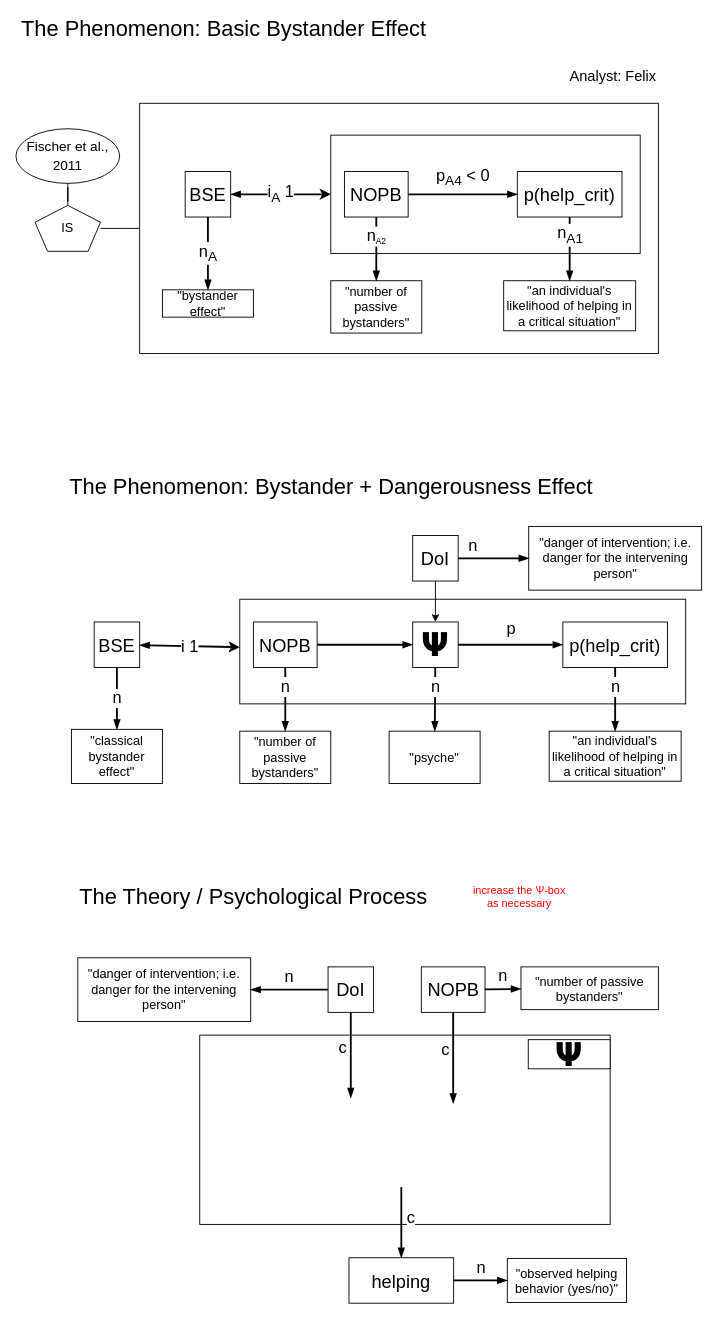
Before: page "Consensus Model" (1 of 3) of bystander_effect/Bystander-template.drawio in nicebread/FOMO-Psy, a draw.io diagram. Source tidied: cells renumbered, new cells numbered last; positions are measured from the earlier drawing's top-left corner, leaving out a move shared by most shapes. Both pictures are drawn from the tidied source at 91%, with x=0, y=0 at pixel (15, 15).
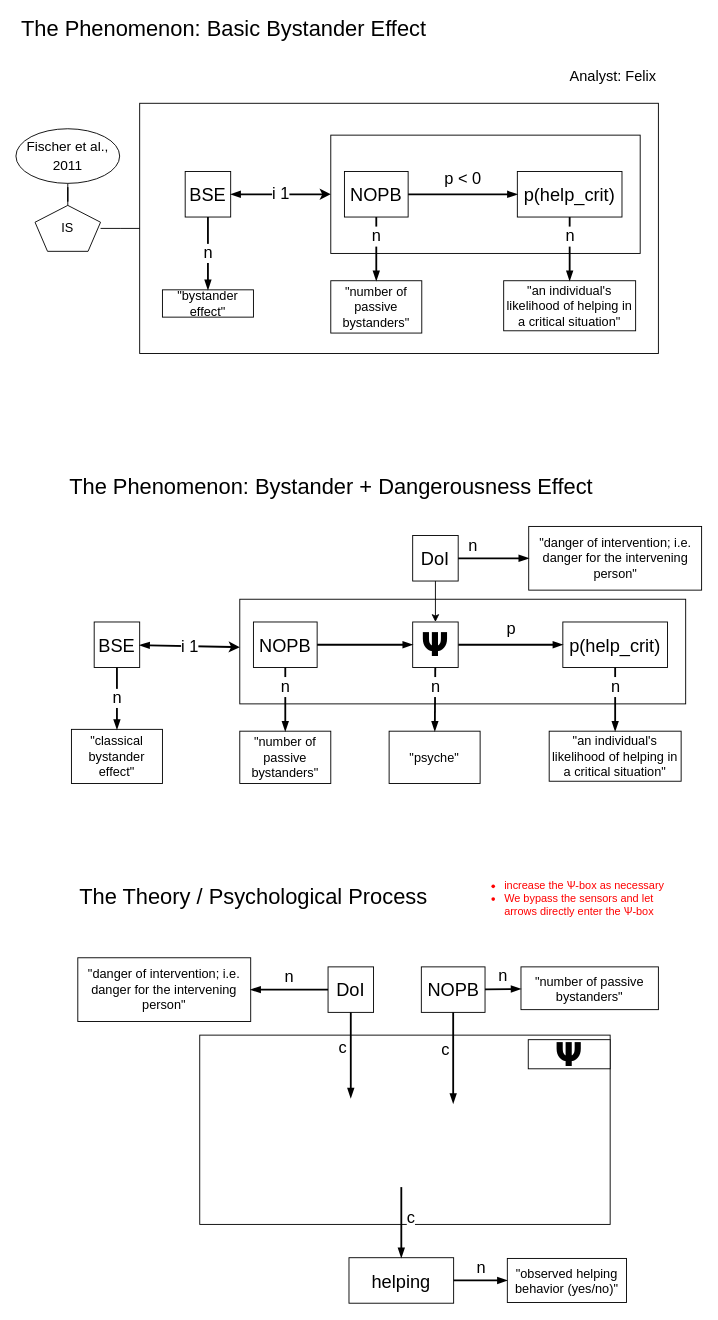
The same page after the edit.

The change refers to these unchanged cells:
```xml
<mxCell id="40" value="BSE" style="rounded=0;whiteSpace=wrap;html=1;fontSize=20;" parent="1" vertex="1">
  <mxGeometry x="186" y="171" width="50" height="50" as="geometry" />
</mxCell>
<mxCell id="41" value="&quot;bystander effect&quot;" style="rounded=0;whiteSpace=wrap;html=1;fillColor=default;fontColor=default;strokeColor=default;fontSize=14;" parent="1" vertex="1">
  <mxGeometry x="161" y="301" width="100" height="30" as="geometry" />
</mxCell>
<mxCell id="42" style="rounded=0;whiteSpace=wrap;html=1;fillColor=none;" parent="1" vertex="1">
  <mxGeometry x="346" y="131" width="340" height="130" as="geometry" />
</mxCell>
<mxCell id="45" value="NOPB" style="rounded=0;whiteSpace=wrap;html=1;fontSize=20;" parent="1" vertex="1">
  <mxGeometry x="361" y="171" width="70" height="50" as="geometry" />
</mxCell>
<mxCell id="46" value="&quot;number of passive bystanders&quot;" style="rounded=0;whiteSpace=wrap;html=1;fillColor=default;fontColor=default;strokeColor=default;fontSize=14;" parent="1" vertex="1">
  <mxGeometry x="346" y="291" width="100" height="57.5" as="geometry" />
</mxCell>
<mxCell id="48" value="p(help_crit)" style="rounded=0;whiteSpace=wrap;html=1;fontSize=20;" parent="1" vertex="1">
  <mxGeometry x="551" y="171" width="115" height="50" as="geometry" />
</mxCell>
<mxCell id="50" value="&quot;an individual's likelihood of helping in a critical situation&quot;" style="rounded=0;whiteSpace=wrap;html=1;fillColor=default;fontColor=default;strokeColor=default;fontSize=14;" parent="1" vertex="1">
  <mxGeometry x="536" y="291" width="145" height="55" as="geometry" />
</mxCell>
```

Change to the diagram source:
```diff
@@
-    <mxCell id="38" value="increase the Ѱ-box as necessary" style="text;html=1;align=center;verticalAlign=middle;whiteSpace=wrap;rounded=0;fontColor=#FF0000;" parent="1" vertex="1">
-      <mxGeometry x="497.5" y="953" width="110.5" height="30" as="geometry" />
+    <mxCell id="38" value="&lt;ul&gt;&lt;li&gt;increase the Ѱ-box as necessary&lt;/li&gt;&lt;li&gt;We bypass the sensors and let arrows directly enter the Ѱ-box&lt;/li&gt;&lt;/ul&gt;" style="text;html=1;align=left;verticalAlign=middle;whiteSpace=wrap;rounded=0;fontColor=#FF0000;" parent="1" vertex="1">
+      <mxGeometry x="495" y="955" width="233.5" height="30" as="geometry" />
     </mxCell>
@@
-    <mxCell id="43" value="&lt;font style=&quot;font-size: 18px;&quot;&gt;i&lt;sub&gt;A&lt;/sub&gt; 1&lt;/font&gt;" style="endArrow=blockThin;html=1;rounded=0;labelPosition=center;verticalLabelPosition=middle;align=center;verticalAlign=middle;strokeWidth=2;endFill=1;startArrow=classic;startFill=1;" parent="1" edge="1" source="42" target="40">
+    <mxCell id="43" value="&lt;font style=&quot;font-size: 18px;&quot;&gt;i&amp;nbsp;1&lt;/font&gt;" style="endArrow=blockThin;html=1;rounded=0;labelPosition=center;verticalLabelPosition=middle;align=center;verticalAlign=middle;strokeWidth=2;endFill=1;startArrow=classic;startFill=1;" parent="1" edge="1" source="42" target="40">
       <mxGeometry relative="1" as="geometry" />
     </mxCell>
-    <mxCell id="44" value="&lt;font style=&quot;font-size: 18px;&quot;&gt;n&lt;sub&gt;A&lt;/sub&gt;&lt;/font&gt;" style="endArrow=blockThin;html=1;rounded=0;labelPosition=center;verticalLabelPosition=middle;align=center;verticalAlign=middle;strokeWidth=2;endFill=1;" parent="1" edge="1" source="40" target="41">
+    <mxCell id="44" value="&lt;font style=&quot;font-size: 18px;&quot;&gt;n&lt;/font&gt;" style="endArrow=blockThin;html=1;rounded=0;labelPosition=center;verticalLabelPosition=middle;align=center;verticalAlign=middle;strokeWidth=2;endFill=1;" parent="1" edge="1" source="40" target="41">
       <mxGeometry relative="1" as="geometry" />
     </mxCell>
@@
-    <mxCell id="47" value="&lt;span style=&quot;font-size: 18px;&quot;&gt;n&lt;/span&gt;&lt;sub&gt;A2&lt;/sub&gt;" style="endArrow=blockThin;html=1;rounded=0;labelPosition=center;verticalLabelPosition=top;align=center;verticalAlign=bottom;strokeWidth=2;endFill=1;" parent="1" edge="1" source="45" target="46">
+    <mxCell id="47" value="&lt;span style=&quot;font-size: 18px;&quot;&gt;n&lt;/span&gt;" style="endArrow=blockThin;html=1;rounded=0;labelPosition=center;verticalLabelPosition=top;align=center;verticalAlign=bottom;strokeWidth=2;endFill=1;" parent="1" edge="1" source="45" target="46">
       <mxGeometry relative="1" as="geometry" />
     </mxCell>
@@
-    <mxCell id="49" value="&lt;font style=&quot;font-size: 18px;&quot;&gt;p&lt;sub&gt;A4&lt;/sub&gt; &amp;lt; 0&lt;/font&gt;" style="endArrow=blockThin;html=1;rounded=0;labelPosition=center;verticalLabelPosition=top;align=center;verticalAlign=bottom;spacingBottom=3;strokeWidth=2;endFill=1;" parent="1" edge="1" source="45" target="48">
+    <mxCell id="49" value="&lt;font style=&quot;font-size: 18px;&quot;&gt;p&amp;nbsp;&amp;lt; 0&lt;/font&gt;" style="endArrow=blockThin;html=1;rounded=0;labelPosition=center;verticalLabelPosition=top;align=center;verticalAlign=bottom;spacingBottom=3;strokeWidth=2;endFill=1;" parent="1" edge="1" source="45" target="48">
       <mxGeometry relative="1" as="geometry" />
     </mxCell>
@@
-    <mxCell id="51" value="&lt;font style=&quot;font-size: 18px;&quot;&gt;n&lt;sub&gt;A1&lt;/sub&gt;&lt;/font&gt;" style="endArrow=blockThin;html=1;rounded=0;labelPosition=center;verticalLabelPosition=top;align=center;verticalAlign=bottom;strokeWidth=2;endFill=1;" parent="1" edge="1" source="48" target="50">
+    <mxCell id="51" value="&lt;font style=&quot;font-size: 18px;&quot;&gt;n&lt;/font&gt;" style="endArrow=blockThin;html=1;rounded=0;labelPosition=center;verticalLabelPosition=top;align=center;verticalAlign=bottom;strokeWidth=2;endFill=1;" parent="1" edge="1" source="48" target="50">
       <mxGeometry relative="1" as="geometry" />
     </mxCell>
```
